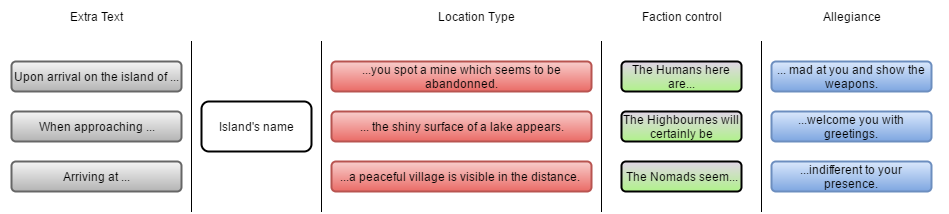
Above: Report/Images/textProto.png in theorclord/ThesisReport (draw.io), before the change. Source tidied: cells renumbered, new cells last; positions are measured from the earlier drawing's top-left corner, leaving out a move shared by most shapes. Source of this version:
```xml
<mxGraphModel background="#ffffff">
  <root>
    <mxCell id="0" />
    <mxCell id="1" parent="0" />
    <mxCell id="2" value="Upon arrival on the island of ..." style="rounded=1;whiteSpace=wrap;html=1;shadow=0;glass=0;comic=0;strokeWidth=2;plain-gray;" parent="1" vertex="1">
      <mxGeometry x="10" y="60" width="170" height="30" as="geometry" />
    </mxCell>
    <mxCell id="3" value="When approaching ..." style="rounded=1;whiteSpace=wrap;html=1;shadow=0;glass=0;comic=0;strokeWidth=2;plain-gray;" parent="1" vertex="1">
      <mxGeometry x="10" y="110" width="170" height="30" as="geometry" />
    </mxCell>
    <mxCell id="4" value="Arriving at ..." style="rounded=1;whiteSpace=wrap;html=1;shadow=0;glass=0;comic=0;strokeWidth=2;plain-gray;" parent="1" vertex="1">
      <mxGeometry x="10" y="160" width="170" height="30" as="geometry" />
    </mxCell>
    <mxCell id="5" style="endArrow=none;html=1;strokeColor=#000000;endFill=0;" parent="1" edge="1">
      <mxGeometry relative="1" as="geometry">
        <mxPoint x="190" y="210" as="sourcePoint" />
        <mxPoint x="190" y="40" as="targetPoint" />
      </mxGeometry>
    </mxCell>
    <mxCell id="6" value="Island's name" style="rounded=1;whiteSpace=wrap;html=1;shadow=0;glass=0;comic=0;strokeWidth=2;fillColor=#ffffff;strokeColor=#000000;" parent="1" vertex="1">
      <mxGeometry x="200" y="100" width="110" height="50" as="geometry" />
    </mxCell>
    <mxCell id="7" value="Extra Text" style="text;html=1;strokeColor=none;fillColor=none;align=center;verticalAlign=middle;whiteSpace=wrap;overflow=hidden;shadow=0;glass=0;comic=0;" parent="1" vertex="1">
      <mxGeometry width="190" height="30" as="geometry" />
    </mxCell>
    <mxCell id="8" style="endArrow=none;html=1;strokeColor=#000000;endFill=0;" parent="1" edge="1">
      <mxGeometry x="330" y="80" as="geometry">
        <mxPoint x="320" y="210" as="sourcePoint" />
        <mxPoint x="320" y="40" as="targetPoint" />
      </mxGeometry>
    </mxCell>
    <mxCell id="9" value="...you spot a mine which seems to be abandonned." style="rounded=1;whiteSpace=wrap;html=1;shadow=0;glass=0;comic=0;strokeWidth=2;plain-red;" parent="1" vertex="1">
      <mxGeometry x="330" y="60" width="260" height="30" as="geometry" />
    </mxCell>
    <mxCell id="10" value="... the shiny surface of a lake appears." style="rounded=1;whiteSpace=wrap;html=1;shadow=0;glass=0;comic=0;strokeWidth=2;plain-red;" parent="1" vertex="1">
      <mxGeometry x="330" y="110" width="260" height="30" as="geometry" />
    </mxCell>
    <mxCell id="11" value="...a peaceful village is visible in the distance.&amp;nbsp;" style="rounded=1;whiteSpace=wrap;html=1;shadow=0;glass=0;comic=0;strokeWidth=2;plain-red;" parent="1" vertex="1">
      <mxGeometry x="330" y="160" width="260" height="30" as="geometry" />
    </mxCell>
    <mxCell id="12" style="endArrow=none;html=1;strokeColor=#000000;endFill=0;" parent="1" edge="1">
      <mxGeometry x="610" y="80" as="geometry">
        <mxPoint x="600" y="210" as="sourcePoint" />
        <mxPoint x="600" y="40" as="targetPoint" />
      </mxGeometry>
    </mxCell>
    <mxCell id="13" value="The Humans here are..." style="rounded=1;whiteSpace=wrap;html=1;shadow=0;glass=0;comic=0;strokeColor=#000000;strokeWidth=2;fillColor=#E1D5E7;gradientColor=#B0F28B;" parent="1" vertex="1">
      <mxGeometry x="620" y="60" width="120" height="30" as="geometry" />
    </mxCell>
    <mxCell id="14" value="The Highbournes will certainly be" style="rounded=1;whiteSpace=wrap;html=1;shadow=0;glass=0;comic=0;strokeColor=#000000;strokeWidth=2;fillColor=#E1D5E7;gradientColor=#B0F28B;" parent="1" vertex="1">
      <mxGeometry x="620" y="110" width="120" height="30" as="geometry" />
    </mxCell>
    <mxCell id="15" value="The Nomads seem..." style="rounded=1;whiteSpace=wrap;html=1;shadow=0;glass=0;comic=0;strokeColor=#000000;strokeWidth=2;fillColor=#E1D5E7;gradientColor=#B0F28B;" parent="1" vertex="1">
      <mxGeometry x="620" y="160" width="120" height="30" as="geometry" />
    </mxCell>
    <mxCell id="16" style="endArrow=none;html=1;strokeColor=#000000;endFill=0;" parent="1" edge="1">
      <mxGeometry x="770" y="80" as="geometry">
        <mxPoint x="760" y="210" as="sourcePoint" />
        <mxPoint x="760" y="40" as="targetPoint" />
      </mxGeometry>
    </mxCell>
    <mxCell id="17" value="... mad at you and show the weapons." style="rounded=1;whiteSpace=wrap;html=1;shadow=0;glass=0;comic=0;strokeWidth=2;plain-blue;" parent="1" vertex="1">
      <mxGeometry x="770" y="60" width="160" height="30" as="geometry" />
    </mxCell>
    <mxCell id="18" value="...welcome you with greetings." style="rounded=1;whiteSpace=wrap;html=1;shadow=0;glass=0;comic=0;strokeWidth=2;plain-blue;" parent="1" vertex="1">
      <mxGeometry x="770" y="110" width="160" height="30" as="geometry" />
    </mxCell>
    <mxCell id="19" value="...indifferent to your presence." style="rounded=1;whiteSpace=wrap;html=1;shadow=0;glass=0;comic=0;strokeWidth=2;plain-blue;" parent="1" vertex="1">
      <mxGeometry x="770" y="160" width="160" height="30" as="geometry" />
    </mxCell>
    <mxCell id="20" value="Location Type" style="text;html=1;strokeColor=none;fillColor=none;align=center;verticalAlign=middle;whiteSpace=wrap;overflow=hidden;shadow=0;glass=0;comic=0;" parent="1" vertex="1">
      <mxGeometry x="380" width="190" height="30" as="geometry" />
    </mxCell>
    <mxCell id="21" value="Faction control" style="text;html=1;strokeColor=none;fillColor=none;align=center;verticalAlign=middle;whiteSpace=wrap;overflow=hidden;shadow=0;glass=0;comic=0;" parent="1" vertex="1">
      <mxGeometry x="585" width="190" height="30" as="geometry" />
    </mxCell>
    <mxCell id="22" value="Allegiance" style="text;html=1;strokeColor=none;fillColor=none;align=center;verticalAlign=middle;whiteSpace=wrap;overflow=hidden;shadow=0;glass=0;comic=0;" parent="1" vertex="1">
      <mxGeometry x="755" width="190" height="30" as="geometry" />
    </mxCell>
  </root>
</mxGraphModel>
```
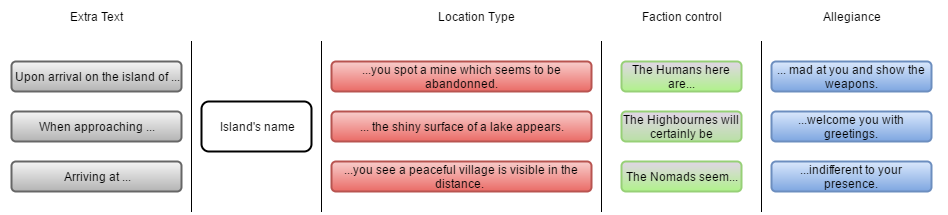
The same file after the commit.

What changed in the source:
```diff
@@ -35,7 +35,7 @@
     <mxCell id="10" value="... the shiny surface of a lake appears." style="rounded=1;whiteSpace=wrap;html=1;shadow=0;glass=0;comic=0;strokeWidth=2;plain-red;" parent="1" vertex="1">
       <mxGeometry x="330" y="110" width="260" height="30" as="geometry" />
     </mxCell>
-    <mxCell id="11" value="...a peaceful village is visible in the distance.&amp;nbsp;" style="rounded=1;whiteSpace=wrap;html=1;shadow=0;glass=0;comic=0;strokeWidth=2;plain-red;" parent="1" vertex="1">
+    <mxCell id="11" value="...you see a peaceful village is visible in the distance.&amp;nbsp;" style="rounded=1;whiteSpace=wrap;html=1;shadow=0;glass=0;comic=0;strokeWidth=2;plain-red;" parent="1" vertex="1">
       <mxGeometry x="330" y="160" width="260" height="30" as="geometry" />
     </mxCell>
     <mxCell id="12" style="endArrow=none;html=1;strokeColor=#000000;endFill=0;" parent="1" edge="1">
@@ -44,13 +44,13 @@
         <mxPoint x="600" y="40" as="targetPoint" />
       </mxGeometry>
     </mxCell>
-    <mxCell id="13" value="The Humans here are..." style="rounded=1;whiteSpace=wrap;html=1;shadow=0;glass=0;comic=0;strokeColor=#000000;strokeWidth=2;fillColor=#E1D5E7;gradientColor=#B0F28B;" parent="1" vertex="1">
+    <mxCell id="13" value="The Humans here are..." style="rounded=1;whiteSpace=wrap;html=1;shadow=0;glass=0;comic=0;strokeColor=#97D077;strokeWidth=2;fillColor=#E1D5E7;gradientColor=#B0F28B;" parent="1" vertex="1">
       <mxGeometry x="620" y="60" width="120" height="30" as="geometry" />
     </mxCell>
-    <mxCell id="14" value="The Highbournes will certainly be" style="rounded=1;whiteSpace=wrap;html=1;shadow=0;glass=0;comic=0;strokeColor=#000000;strokeWidth=2;fillColor=#E1D5E7;gradientColor=#B0F28B;" parent="1" vertex="1">
+    <mxCell id="14" value="The Highbournes will certainly be" style="rounded=1;whiteSpace=wrap;html=1;shadow=0;glass=0;comic=0;strokeColor=#97D077;strokeWidth=2;fillColor=#E1D5E7;gradientColor=#B9E0A5;" parent="1" vertex="1">
       <mxGeometry x="620" y="110" width="120" height="30" as="geometry" />
     </mxCell>
-    <mxCell id="15" value="The Nomads seem..." style="rounded=1;whiteSpace=wrap;html=1;shadow=0;glass=0;comic=0;strokeColor=#000000;strokeWidth=2;fillColor=#E1D5E7;gradientColor=#B0F28B;" parent="1" vertex="1">
+    <mxCell id="15" value="The Nomads seem..." style="rounded=1;whiteSpace=wrap;html=1;shadow=0;glass=0;comic=0;strokeColor=#97D077;strokeWidth=2;fillColor=#E1D5E7;gradientColor=#B0F28B;" parent="1" vertex="1">
       <mxGeometry x="620" y="160" width="120" height="30" as="geometry" />
     </mxCell>
     <mxCell id="16" style="endArrow=none;html=1;strokeColor=#000000;endFill=0;" parent="1" edge="1">
```
